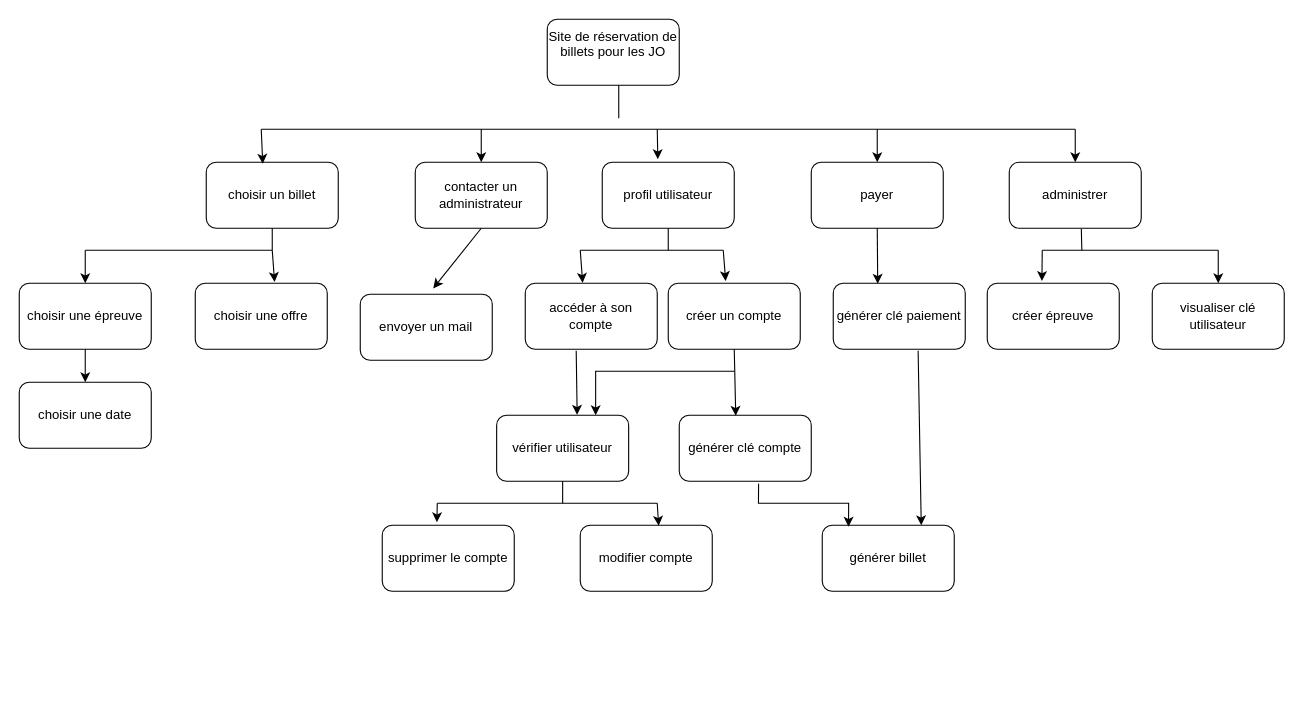
Earlier version of the draw.io diagram Diagramme sans nom.drawio (mariannemnrt/packman). Source tidied: cells renumbered, new cells numbered last; positions are measured from the earlier drawing's top-left corner, leaving out a move shared by most shapes. Both pictures are drawn from the tidied source at 110%, with x=0, y=0 at pixel (19, 19).
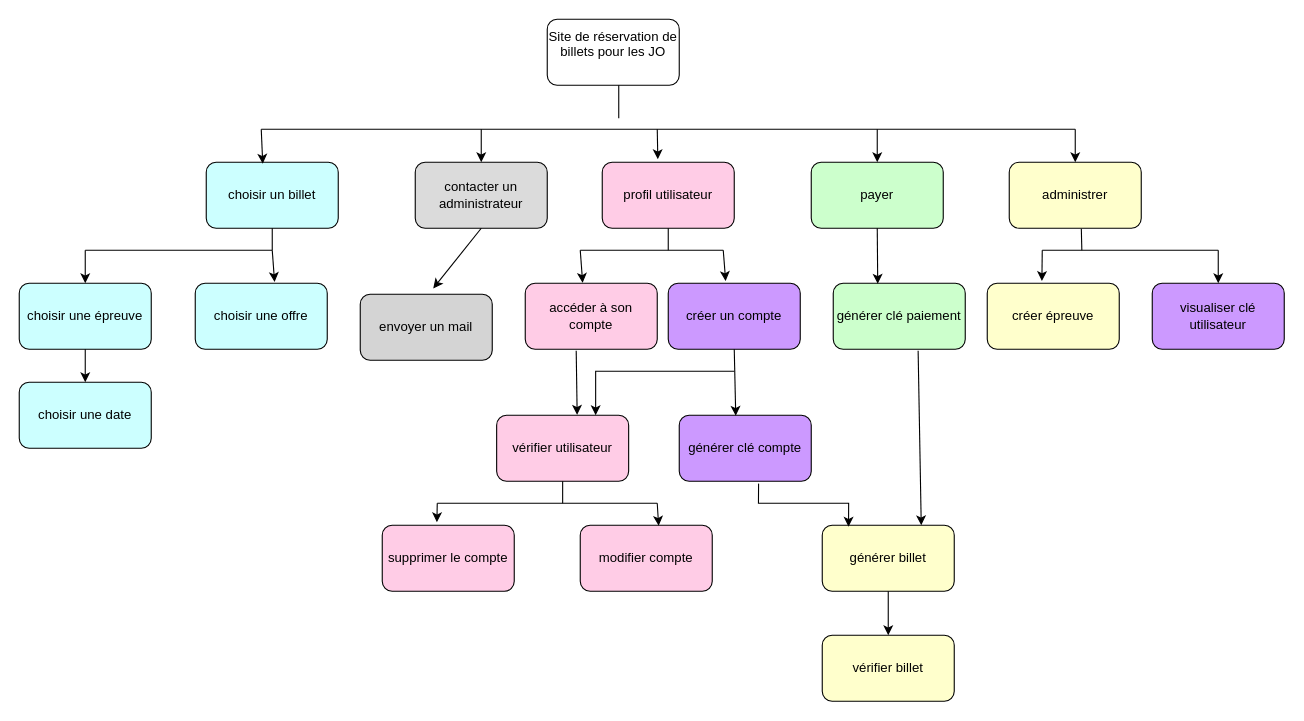
Above is the later version.

Commit message:
Mettre à jour Diagramme sans nom.drawio

What changed in the source:
```diff
@@
-    <mxCell id="3" value="choisir un billet " style="rounded=1;whiteSpace=wrap;html=1;" parent="1" vertex="1">
+    <mxCell id="3" value="choisir un billet " style="rounded=1;whiteSpace=wrap;html=1;fillColor=#CCFFFF;" parent="1" vertex="1">
       <mxGeometry x="170" y="130" width="120" height="60" as="geometry" />
     </mxCell>
-    <mxCell id="4" value="profil utilisateur " style="rounded=1;whiteSpace=wrap;html=1;" parent="1" vertex="1">
+    <mxCell id="4" value="profil utilisateur " style="rounded=1;whiteSpace=wrap;html=1;fillColor=#FFCCE6;" parent="1" vertex="1">
       <mxGeometry x="530" y="130" width="120" height="60" as="geometry" />
     </mxCell>
-    <mxCell id="5" value="contacter un administrateur " style="rounded=1;whiteSpace=wrap;html=1;" parent="1" vertex="1">
+    <mxCell id="5" value="contacter un administrateur " style="rounded=1;whiteSpace=wrap;html=1;fillColor=#DBDBDB;" parent="1" vertex="1">
       <mxGeometry x="360" y="130" width="120" height="60" as="geometry" />
     </mxCell>
-    <mxCell id="6" value="payer " style="rounded=1;whiteSpace=wrap;html=1;" parent="1" vertex="1">
+    <mxCell id="6" value="payer " style="rounded=1;whiteSpace=wrap;html=1;fillColor=#CCFFCC;" parent="1" vertex="1">
       <mxGeometry x="720" y="130" width="120" height="60" as="geometry" />
     </mxCell>
-    <mxCell id="7" value="choisir une épreuve " style="rounded=1;whiteSpace=wrap;html=1;" parent="1" vertex="1">
+    <mxCell id="7" value="choisir une épreuve " style="rounded=1;whiteSpace=wrap;html=1;fillColor=#CCFFFF;" parent="1" vertex="1">
       <mxGeometry y="240" width="120" height="60" as="geometry" />
     </mxCell>
-    <mxCell id="8" value="choisir une date " style="rounded=1;whiteSpace=wrap;html=1;" parent="1" vertex="1">
+    <mxCell id="8" value="choisir une date " style="rounded=1;whiteSpace=wrap;html=1;fillColor=#CCFFFF;" parent="1" vertex="1">
       <mxGeometry y="330" width="120" height="60" as="geometry" />
     </mxCell>
-    <mxCell id="9" value="choisir une offre " style="rounded=1;whiteSpace=wrap;html=1;" parent="1" vertex="1">
+    <mxCell id="9" value="choisir une offre " style="rounded=1;whiteSpace=wrap;html=1;fillColor=#CCFFFF;" parent="1" vertex="1">
       <mxGeometry x="160" y="240" width="120" height="60" as="geometry" />
     </mxCell>
-    <mxCell id="10" value="créer un compte " style="rounded=1;whiteSpace=wrap;html=1;" parent="1" vertex="1">
+    <mxCell id="10" value="créer un compte " style="rounded=1;whiteSpace=wrap;html=1;fillColor=#CC99FF;" parent="1" vertex="1">
       <mxGeometry x="590" y="240" width="120" height="60" as="geometry" />
     </mxCell>
-    <mxCell id="11" value="accéder à son compte " style="rounded=1;whiteSpace=wrap;html=1;" parent="1" vertex="1">
+    <mxCell id="11" value="accéder à son compte " style="rounded=1;whiteSpace=wrap;html=1;fillColor=#FFCCE6;" parent="1" vertex="1">
       <mxGeometry x="460" y="240" width="120" height="60" as="geometry" />
     </mxCell>
-    <mxCell id="12" value="vérifier utilisateur" style="rounded=1;whiteSpace=wrap;html=1;" parent="1" vertex="1">
+    <mxCell id="12" value="vérifier utilisateur" style="rounded=1;whiteSpace=wrap;html=1;fillColor=#FFCCE6;" parent="1" vertex="1">
       <mxGeometry x="434" y="360" width="120" height="60" as="geometry" />
     </mxCell>
-    <mxCell id="13" value="supprimer le compte " style="rounded=1;whiteSpace=wrap;html=1;" parent="1" vertex="1">
+    <mxCell id="13" value="supprimer le compte " style="rounded=1;whiteSpace=wrap;html=1;fillColor=#FFCCE6;" parent="1" vertex="1">
       <mxGeometry x="330" y="460" width="120" height="60" as="geometry" />
     </mxCell>
-    <mxCell id="14" value="envoyer un mail " style="rounded=1;whiteSpace=wrap;html=1;" parent="1" vertex="1">
+    <mxCell id="14" value="envoyer un mail " style="rounded=1;whiteSpace=wrap;html=1;fillColor=#D4D4D4;" parent="1" vertex="1">
       <mxGeometry x="310" y="250" width="120" height="60" as="geometry" />
     </mxCell>
-    <mxCell id="15" value="générer clé paiement " style="rounded=1;whiteSpace=wrap;html=1;" parent="1" vertex="1">
+    <mxCell id="15" value="générer clé paiement " style="rounded=1;whiteSpace=wrap;html=1;fillColor=#CCFFCC;" parent="1" vertex="1">
       <mxGeometry x="740" y="240" width="120" height="60" as="geometry" />
     </mxCell>
-    <mxCell id="16" value="générer clé compte " style="rounded=1;whiteSpace=wrap;html=1;" parent="1" vertex="1">
+    <mxCell id="16" value="générer clé compte " style="rounded=1;whiteSpace=wrap;html=1;fillColor=#CC99FF;" parent="1" vertex="1">
       <mxGeometry x="600" y="360" width="120" height="60" as="geometry" />
     </mxCell>
-    <mxCell id="17" value="générer billet " style="rounded=1;whiteSpace=wrap;html=1;" parent="1" vertex="1">
+    <mxCell id="17" value="générer billet " style="rounded=1;whiteSpace=wrap;html=1;fillColor=#FFFFCC;" parent="1" vertex="1">
       <mxGeometry x="730" y="460" width="120" height="60" as="geometry" />
     </mxCell>
-    <mxCell id="18" value="administrer " style="rounded=1;whiteSpace=wrap;html=1;" parent="1" vertex="1">
+    <mxCell id="18" value="administrer " style="rounded=1;whiteSpace=wrap;html=1;fillColor=#FFFFCC;" parent="1" vertex="1">
       <mxGeometry x="900" y="130" width="120" height="60" as="geometry" />
     </mxCell>
-    <mxCell id="19" value="créer épreuve " style="rounded=1;whiteSpace=wrap;html=1;" parent="1" vertex="1">
+    <mxCell id="19" value="créer épreuve " style="rounded=1;whiteSpace=wrap;html=1;fillColor=#FFFFCC;" parent="1" vertex="1">
       <mxGeometry x="880" y="240" width="120" height="60" as="geometry" />
     </mxCell>
-    <mxCell id="20" value="visualiser clé utilisateur" style="rounded=1;whiteSpace=wrap;html=1;" parent="1" vertex="1">
+    <mxCell id="20" value="visualiser clé utilisateur" style="rounded=1;whiteSpace=wrap;html=1;fillColor=#CC99FF;" parent="1" vertex="1">
       <mxGeometry x="1030" y="240" width="120" height="60" as="geometry" />
     </mxCell>
@@
-    <mxCell id="45" value="modifier compte " style="rounded=1;whiteSpace=wrap;html=1;" parent="1" vertex="1">
+    <mxCell id="45" value="modifier compte " style="rounded=1;whiteSpace=wrap;html=1;fillColor=#FFCCE6;" parent="1" vertex="1">
       <mxGeometry x="510" y="460" width="120" height="60" as="geometry" />
     </mxCell>
@@
+    <mxCell id="53" value="vérifier billet" style="rounded=1;whiteSpace=wrap;html=1;fillColor=#FFFFCC;" parent="1" vertex="1">
+      <mxGeometry x="730" y="560" width="120" height="60" as="geometry" />
+    </mxCell>
+    <mxCell id="54" style="endArrow=classic;html=1;rounded=0;elbow=vertical;exitX=0.5;exitY=1;exitDx=0;exitDy=0;entryX=0.5;entryY=0;entryDx=0;entryDy=0;" parent="1" edge="1" source="17" target="53">
+      <mxGeometry relative="1" as="geometry" />
+    </mxCell>
```
